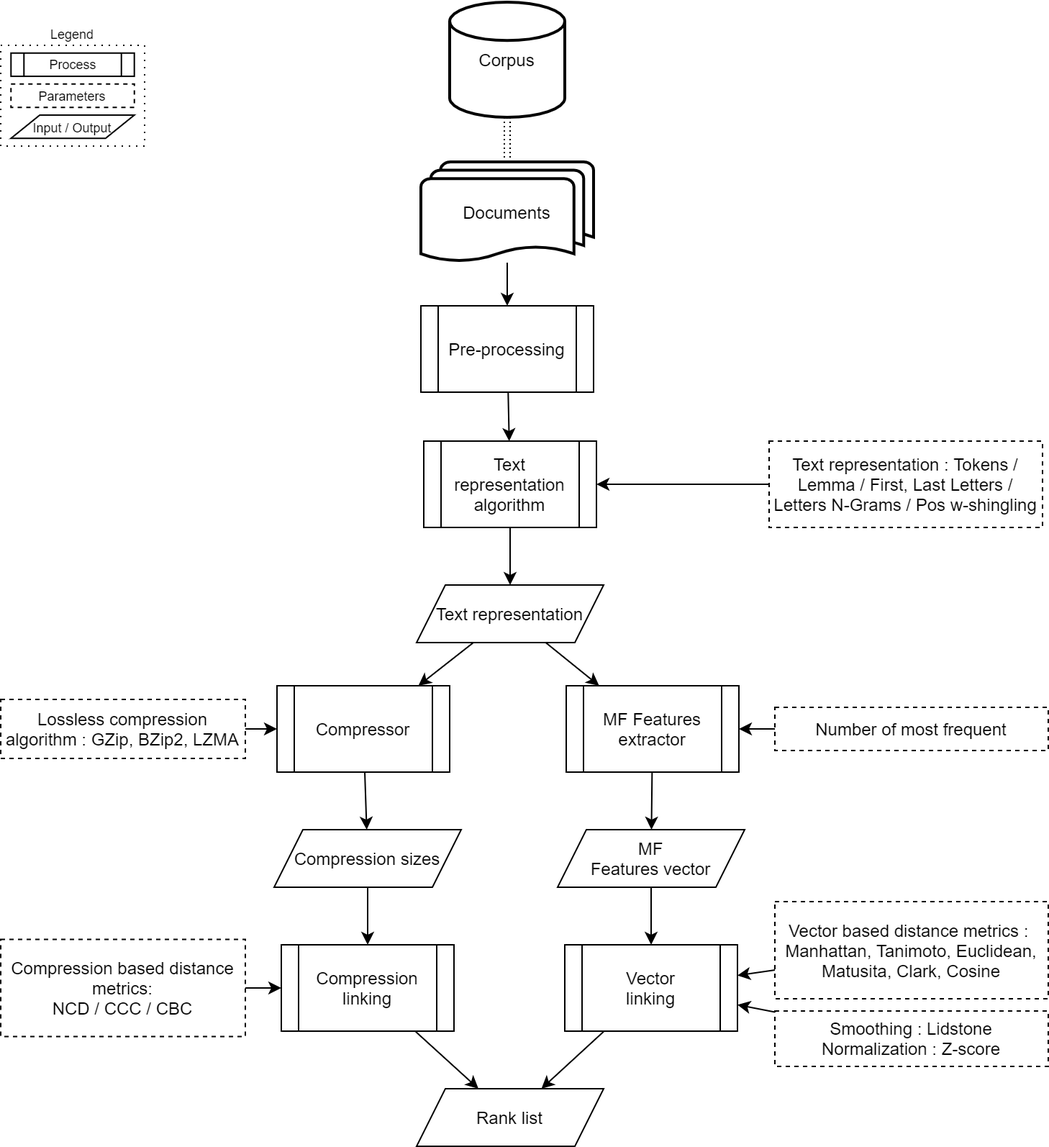
TheRaphael0000/master_thesis keeps this draw.io diagram as report/img/schema-rank_lists.png. Above is the earlier version. Source tidied: cells renumbered, new cells last; positions are measured from the earlier drawing's top-left corner, leaving out a move shared by most shapes. Its diagram source:
```xml
<mxGraphModel>
  <root>
    <mxCell id="0" />
    <mxCell id="1" parent="0" />
    <mxCell id="2" value="Documents" style="strokeWidth=2;html=1;shape=mxgraph.flowchart.multi-document;whiteSpace=wrap;" parent="1" vertex="1">
      <mxGeometry x="292" y="111" width="120" height="70" as="geometry" />
    </mxCell>
    <mxCell id="3" value="Corpus" style="strokeWidth=2;html=1;shape=mxgraph.flowchart.database;whiteSpace=wrap;" parent="1" vertex="1">
      <mxGeometry x="312" width="80" height="80" as="geometry" />
    </mxCell>
    <mxCell id="4" value="&lt;span&gt;Rank list&lt;/span&gt;" style="shape=parallelogram;perimeter=parallelogramPerimeter;whiteSpace=wrap;html=1;fixedSize=1;" parent="1" vertex="1">
      <mxGeometry x="289" y="755" width="130" height="40" as="geometry" />
    </mxCell>
    <mxCell id="5" value="MF&lt;br&gt;Features vector" style="shape=parallelogram;perimeter=parallelogramPerimeter;whiteSpace=wrap;html=1;fixedSize=1;" parent="1" vertex="1">
      <mxGeometry x="387" y="575" width="130" height="40" as="geometry" />
    </mxCell>
    <mxCell id="6" value="Vector&lt;br&gt;linking" style="shape=process;whiteSpace=wrap;html=1;backgroundOutline=1;" parent="1" vertex="1">
      <mxGeometry x="392" y="655" width="120" height="60" as="geometry" />
    </mxCell>
    <mxCell id="7" style="endArrow=classic;startArrow=classic;html=1;dashed=1;dashPattern=1 2;shape=link;" parent="1" edge="1" source="3" target="2">
      <mxGeometry x="50" y="50" as="geometry" />
    </mxCell>
    <mxCell id="8" style="endArrow=classic;html=1;" parent="1" edge="1" source="5" target="6">
      <mxGeometry x="48" y="295" as="geometry" />
    </mxCell>
    <mxCell id="9" style="endArrow=classic;html=1;" parent="1" edge="1" source="6" target="4">
      <mxGeometry x="48" y="295" as="geometry" />
    </mxCell>
    <mxCell id="10" value="Compression linking" style="shape=process;whiteSpace=wrap;html=1;backgroundOutline=1;" parent="1" vertex="1">
      <mxGeometry x="195" y="655" width="120" height="60" as="geometry" />
    </mxCell>
    <mxCell id="11" style="endArrow=classic;html=1;" parent="1" edge="1" source="10" target="4">
      <mxGeometry x="48" y="295" as="geometry" />
    </mxCell>
    <mxCell id="12" value="Vector based distance metrics :&amp;nbsp;&lt;br&gt;Manhattan, Tanimoto, Euclidean, Matusita, Clark, Cosine" style="text;html=1;fillColor=none;align=center;verticalAlign=middle;whiteSpace=wrap;rounded=0;dashed=1;strokeColor=#000000;" parent="1" vertex="1">
      <mxGeometry x="538" y="625" width="190" height="67.5" as="geometry" />
    </mxCell>
    <mxCell id="13" style="endArrow=classic;html=1;" parent="1" edge="1" source="12" target="6">
      <mxGeometry x="48" y="295" as="geometry" />
    </mxCell>
    <mxCell id="14" value="Compression based distance metrics:&lt;br&gt;NCD / CCC / CBC" style="text;html=1;fillColor=none;align=center;verticalAlign=middle;whiteSpace=wrap;rounded=0;dashed=1;strokeColor=#000000;" parent="1" vertex="1">
      <mxGeometry y="651.2" width="170" height="67.5" as="geometry" />
    </mxCell>
    <mxCell id="15" style="endArrow=classic;html=1;" parent="1" edge="1" source="14" target="10">
      <mxGeometry x="48" y="295" as="geometry" />
    </mxCell>
    <mxCell id="16" value="Compression sizes" style="shape=parallelogram;perimeter=parallelogramPerimeter;whiteSpace=wrap;html=1;fixedSize=1;" parent="1" vertex="1">
      <mxGeometry x="190" y="575" width="130" height="40" as="geometry" />
    </mxCell>
    <mxCell id="17" value="Compressor" style="shape=process;whiteSpace=wrap;html=1;backgroundOutline=1;" parent="1" vertex="1">
      <mxGeometry x="192" y="475" width="120" height="60" as="geometry" />
    </mxCell>
    <mxCell id="18" value="Lossless compression algorithm : GZip, BZip2, LZMA" style="text;html=1;fillColor=none;align=center;verticalAlign=middle;whiteSpace=wrap;rounded=0;dashed=1;strokeColor=#000000;" parent="1" vertex="1">
      <mxGeometry y="484.5" width="170" height="41" as="geometry" />
    </mxCell>
    <mxCell id="19" style="endArrow=classic;html=1;" parent="1" edge="1" source="16" target="10">
      <mxGeometry x="48" y="295" as="geometry" />
    </mxCell>
    <mxCell id="20" style="endArrow=classic;html=1;" parent="1" edge="1" source="17" target="16">
      <mxGeometry x="48" y="295" as="geometry" />
    </mxCell>
    <mxCell id="21" style="endArrow=classic;html=1;" parent="1" edge="1" source="18" target="17">
      <mxGeometry x="48" y="295" as="geometry" />
    </mxCell>
    <mxCell id="22" value="MF Features&lt;br&gt;extractor" style="shape=process;whiteSpace=wrap;html=1;backgroundOutline=1;" parent="1" vertex="1">
      <mxGeometry x="393" y="475" width="120" height="60" as="geometry" />
    </mxCell>
    <mxCell id="23" value="Text representation : Tokens / Lemma / First, Last Letters / Letters N-Grams / Pos w-shingling" style="text;html=1;fillColor=none;align=center;verticalAlign=middle;whiteSpace=wrap;rounded=0;dashed=1;strokeColor=#000000;" parent="1" vertex="1">
      <mxGeometry x="534" y="305" width="190" height="60" as="geometry" />
    </mxCell>
    <mxCell id="24" style="endArrow=classic;html=1;" parent="1" edge="1" source="23" target="29">
      <mxGeometry x="48" y="295" as="geometry" />
    </mxCell>
    <mxCell id="25" style="endArrow=classic;html=1;" parent="1" edge="1" source="22" target="5">
      <mxGeometry x="48" y="295" as="geometry" />
    </mxCell>
    <mxCell id="26" value="Smoothing : Lidstone&lt;br&gt;Normalization : Z-score" style="text;html=1;fillColor=none;align=center;verticalAlign=middle;whiteSpace=wrap;rounded=0;dashed=1;strokeColor=#000000;" parent="1" vertex="1">
      <mxGeometry x="538" y="701" width="190" height="38.5" as="geometry" />
    </mxCell>
    <mxCell id="27" style="endArrow=classic;html=1;" parent="1" edge="1" source="26" target="6">
      <mxGeometry x="48" y="295" as="geometry" />
    </mxCell>
    <mxCell id="28" value="Text representation" style="shape=parallelogram;perimeter=parallelogramPerimeter;whiteSpace=wrap;html=1;fixedSize=1;" parent="1" vertex="1">
      <mxGeometry x="289" y="405" width="130" height="40" as="geometry" />
    </mxCell>
    <mxCell id="29" value="Text representation&lt;br&gt;algorithm" style="shape=process;whiteSpace=wrap;html=1;backgroundOutline=1;" parent="1" vertex="1">
      <mxGeometry x="294" y="305" width="120" height="60" as="geometry" />
    </mxCell>
    <mxCell id="30" value="Number of most frequent" style="text;html=1;fillColor=none;align=center;verticalAlign=middle;whiteSpace=wrap;rounded=0;dashed=1;strokeColor=#000000;" parent="1" vertex="1">
      <mxGeometry x="538" y="490" width="190" height="30" as="geometry" />
    </mxCell>
    <mxCell id="31" style="endArrow=classic;html=1;" parent="1" edge="1" source="30" target="22">
      <mxGeometry x="58" y="305" as="geometry" />
    </mxCell>
    <mxCell id="32" style="endArrow=classic;html=1;strokeColor=#000000;fontSize=12;" parent="1" edge="1" source="28" target="17">
      <mxGeometry relative="1" as="geometry" />
    </mxCell>
    <mxCell id="33" style="endArrow=classic;html=1;strokeColor=#000000;fontSize=12;" parent="1" edge="1" source="28" target="22">
      <mxGeometry relative="1" as="geometry" />
    </mxCell>
    <mxCell id="34" style="endArrow=classic;html=1;strokeColor=#000000;fontSize=12;" parent="1" edge="1" source="29" target="28">
      <mxGeometry relative="1" as="geometry" />
    </mxCell>
    <mxCell id="35" value="Pre-processing" style="shape=process;whiteSpace=wrap;html=1;backgroundOutline=1;" parent="1" vertex="1">
      <mxGeometry x="292" y="211" width="120" height="60" as="geometry" />
    </mxCell>
    <mxCell id="36" style="endArrow=classic;html=1;" parent="1" edge="1" source="2" target="35">
      <mxGeometry relative="1" as="geometry" />
    </mxCell>
    <mxCell id="37" style="endArrow=classic;html=1;" parent="1" edge="1" source="35" target="29">
      <mxGeometry relative="1" as="geometry" />
    </mxCell>
    <mxCell id="38" style="group;fontSize=9;" parent="1" vertex="1">
      <mxGeometry y="30" width="100" height="70" as="geometry" />
    </mxCell>
    <mxCell id="39" value="Legend" style="rounded=0;whiteSpace=wrap;html=1;dashed=1;fontSize=9;align=center;fillColor=none;dashPattern=1 4;verticalAlign=bottom;labelPosition=center;verticalLabelPosition=top;" parent="38" vertex="1">
      <mxGeometry width="100" height="70" as="geometry" />
    </mxCell>
    <mxCell id="40" value="Parameters" style="text;html=1;fillColor=none;align=center;verticalAlign=middle;whiteSpace=wrap;rounded=0;dashed=1;strokeColor=#000000;fontSize=9;spacingLeft=0;" parent="38" vertex="1">
      <mxGeometry x="7.1" y="26.9" width="85.7" height="16.2" as="geometry" />
    </mxCell>
    <mxCell id="41" value="Process" style="shape=process;whiteSpace=wrap;html=1;backgroundOutline=1;fontSize=9;" parent="38" vertex="1">
      <mxGeometry x="7.1" y="5.4" width="85.7" height="16.2" as="geometry" />
    </mxCell>
    <mxCell id="42" value="&lt;span style=&quot;font-size: 9px;&quot;&gt;Input / Output&lt;/span&gt;" style="shape=parallelogram;perimeter=parallelogramPerimeter;whiteSpace=wrap;html=1;fixedSize=1;fontSize=9;" parent="38" vertex="1">
      <mxGeometry x="7.1" y="48.5" width="85.7" height="16.2" as="geometry" />
    </mxCell>
  </root>
</mxGraphModel>
```
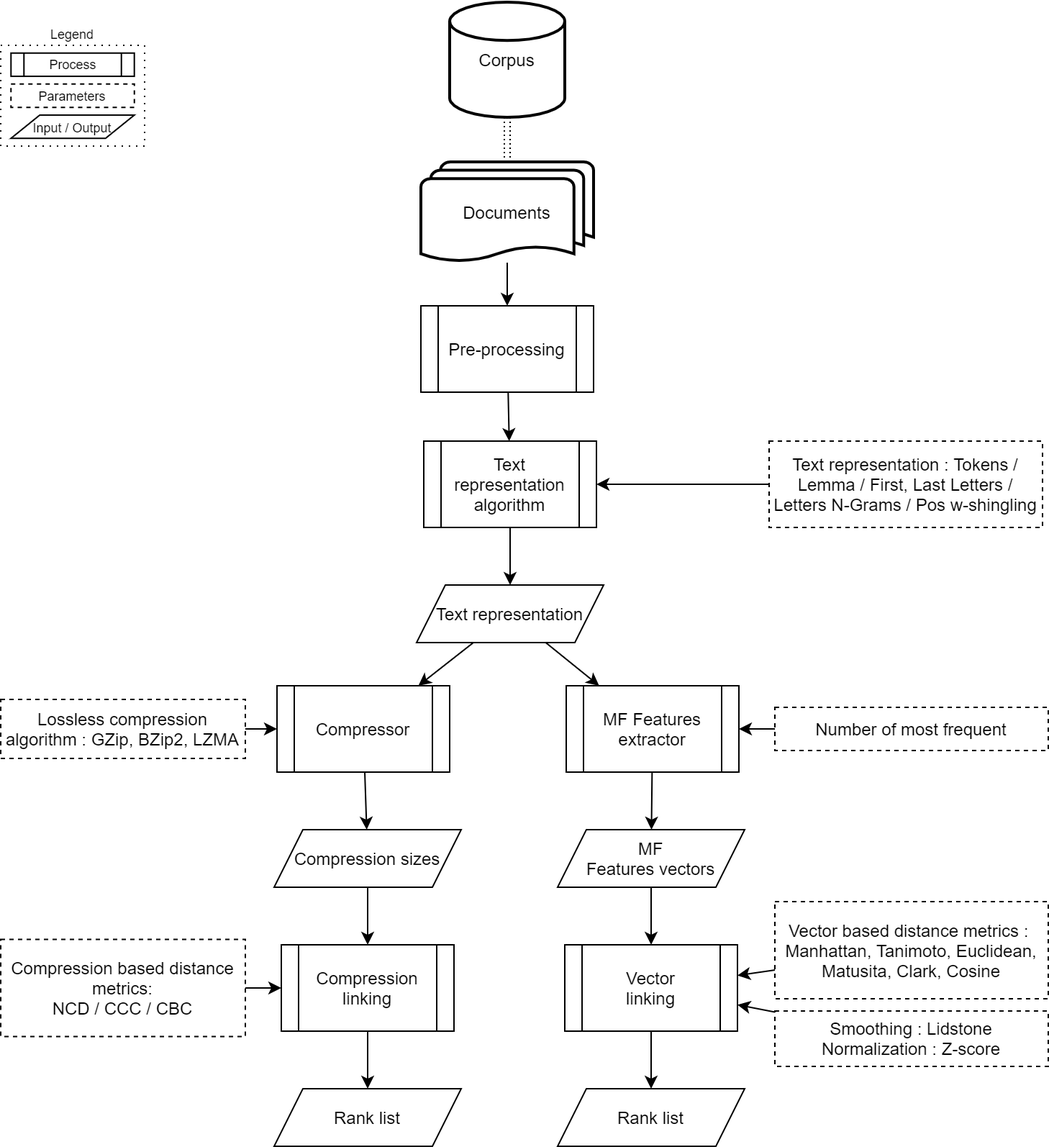
Later version of the same file.

The edit, as a diff of the source:
```diff
@@ -9,9 +9,9 @@
       <mxGeometry x="312" width="80" height="80" as="geometry" />
     </mxCell>
     <mxCell id="4" value="&lt;span&gt;Rank list&lt;/span&gt;" style="shape=parallelogram;perimeter=parallelogramPerimeter;whiteSpace=wrap;html=1;fixedSize=1;" parent="1" vertex="1">
-      <mxGeometry x="289" y="755" width="130" height="40" as="geometry" />
+      <mxGeometry x="190" y="755" width="130" height="40" as="geometry" />
     </mxCell>
-    <mxCell id="5" value="MF&lt;br&gt;Features vector" style="shape=parallelogram;perimeter=parallelogramPerimeter;whiteSpace=wrap;html=1;fixedSize=1;" parent="1" vertex="1">
+    <mxCell id="5" value="MF&lt;br&gt;Features vectors" style="shape=parallelogram;perimeter=parallelogramPerimeter;whiteSpace=wrap;html=1;fixedSize=1;" parent="1" vertex="1">
       <mxGeometry x="387" y="575" width="130" height="40" as="geometry" />
     </mxCell>
     <mxCell id="6" value="Vector&lt;br&gt;linking" style="shape=process;whiteSpace=wrap;html=1;backgroundOutline=1;" parent="1" vertex="1">
@@ -23,7 +23,7 @@
     <mxCell id="8" style="endArrow=classic;html=1;" parent="1" edge="1" source="5" target="6">
       <mxGeometry x="48" y="295" as="geometry" />
     </mxCell>
-    <mxCell id="9" style="endArrow=classic;html=1;" parent="1" edge="1" source="6" target="4">
+    <mxCell id="9" style="endArrow=classic;html=1;" parent="1" edge="1" source="6" target="43">
       <mxGeometry x="48" y="295" as="geometry" />
     </mxCell>
     <mxCell id="10" value="Compression linking" style="shape=process;whiteSpace=wrap;html=1;backgroundOutline=1;" parent="1" vertex="1">
@@ -125,5 +125,8 @@
     <mxCell id="42" value="&lt;span style=&quot;font-size: 9px;&quot;&gt;Input / Output&lt;/span&gt;" style="shape=parallelogram;perimeter=parallelogramPerimeter;whiteSpace=wrap;html=1;fixedSize=1;fontSize=9;" parent="38" vertex="1">
       <mxGeometry x="7.1" y="48.5" width="85.7" height="16.2" as="geometry" />
     </mxCell>
+    <mxCell id="43" value="&lt;span&gt;Rank list&lt;/span&gt;" style="shape=parallelogram;perimeter=parallelogramPerimeter;whiteSpace=wrap;html=1;fixedSize=1;" parent="1" vertex="1">
+      <mxGeometry x="387" y="755" width="130" height="40" as="geometry" />
+    </mxCell>
   </root>
 </mxGraphModel>
```
